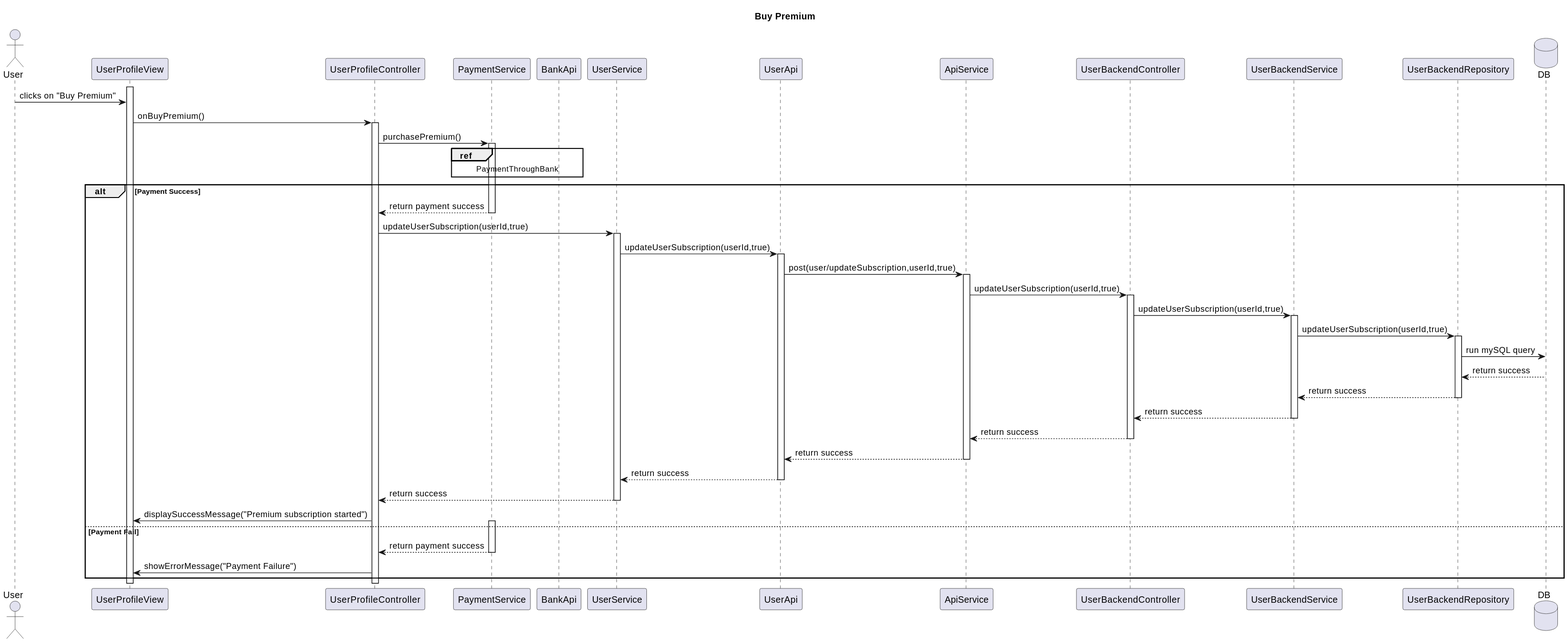
RubenKingCP/Tunix keeps this PlantUML diagram as Paradoteo_4/SequenceDiagrams-v0.3/BuyPremium.svg. Above is the earlier version. The source it was exported from:
```plantuml
@startuml
title Buy Premium

actor User

participant UserProfileView
participant UserProfileController
participant PaymentService
participant BankApi
participant UserService
participant UserApi
participant ApiService
participant UserBackendController
participant UserBackendService
participant UserBackendRepository

database DB

activate UserProfileView
User -> UserProfileView : clicks on "Buy Premium"
UserProfileView -> UserProfileController : onBuyPremium()
activate UserProfileController
UserProfileController -> PaymentService : purchasePremium()
activate PaymentService
ref over PaymentService, BankApi
PaymentThroughBank
end ref
alt Payment Success
PaymentService --> UserProfileController : return payment success
deactivate PaymentService
UserProfileController -> UserService : updateUserSubscription(userId,true)
activate UserService
UserService -> UserApi : updateUserSubscription(userId,true)
activate UserApi
UserApi -> ApiService : post(user/updateSubscription,userId,true)
activate ApiService
ApiService -> UserBackendController : updateUserSubscription(userId,true)
activate UserBackendController
UserBackendController -> UserBackendService : updateUserSubscription(userId,true)
activate UserBackendService
UserBackendService -> UserBackendRepository : updateUserSubscription(userId,true)
activate UserBackendRepository
UserBackendRepository -> DB : run mySQL query
DB --> UserBackendRepository : return success
UserBackendRepository --> UserBackendService : return success
deactivate UserBackendRepository
UserBackendService --> UserBackendController : return success
deactivate UserBackendService
UserBackendController --> ApiService : return success
deactivate UserBackendController
ApiService --> UserApi : return success
deactivate ApiService
UserApi --> UserService : return success
deactivate UserApi
UserService --> UserProfileController : return success
deactivate UserService
UserProfileController -> UserProfileView : displaySuccessMessage("Premium subscription started")
else Payment Fail
activate PaymentService
PaymentService --> UserProfileController : return payment success
deactivate PaymentService
UserProfileController -> UserProfileView : showErrorMessage("Payment Failure")
end
@enduml
```
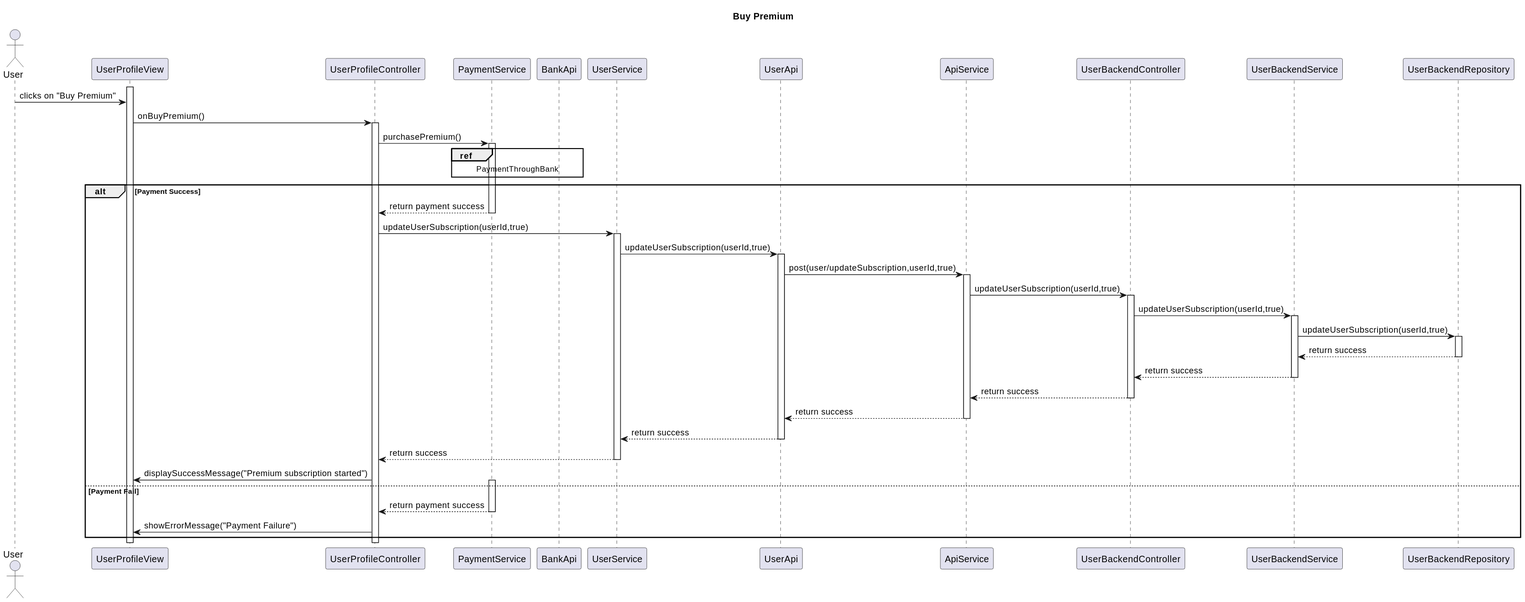
Later version of the same file.

Change to the diagram source:
```diff
@@ -14,7 +14,6 @@
 participant UserBackendService
 participant UserBackendRepository
 
-database DB
 
 activate UserProfileView
 User -> UserProfileView : clicks on "Buy Premium"
@@ -40,8 +39,6 @@
 activate UserBackendService
 UserBackendService -> UserBackendRepository : updateUserSubscription(userId,true)
 activate UserBackendRepository
-UserBackendRepository -> DB : run mySQL query
-DB --> UserBackendRepository : return success
 UserBackendRepository --> UserBackendService : return success
 deactivate UserBackendRepository
 UserBackendService --> UserBackendController : return success
```
